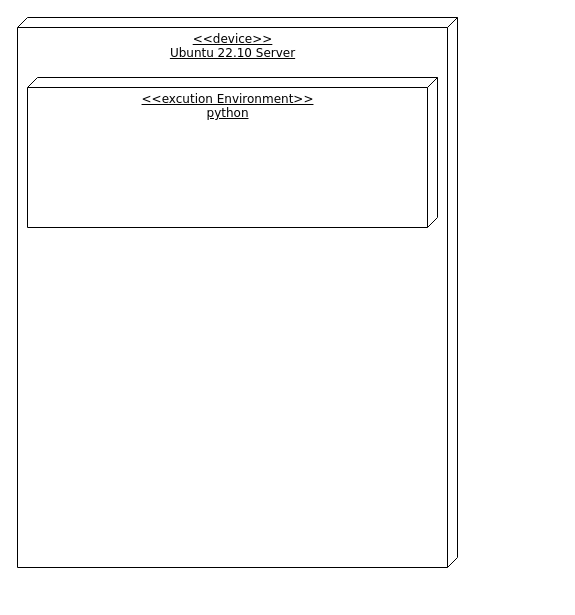
Earlier version of the draw.io diagram aa_deployment_diagram.drawio (ShineSoYoung/TEST). Source tidied: cells renumbered, new cells numbered last; positions are measured from the earlier drawing's top-left corner, leaving out a move shared by most shapes. Both pictures are drawn from the tidied source at 100%, with x=0, y=0 at pixel (17, 17).
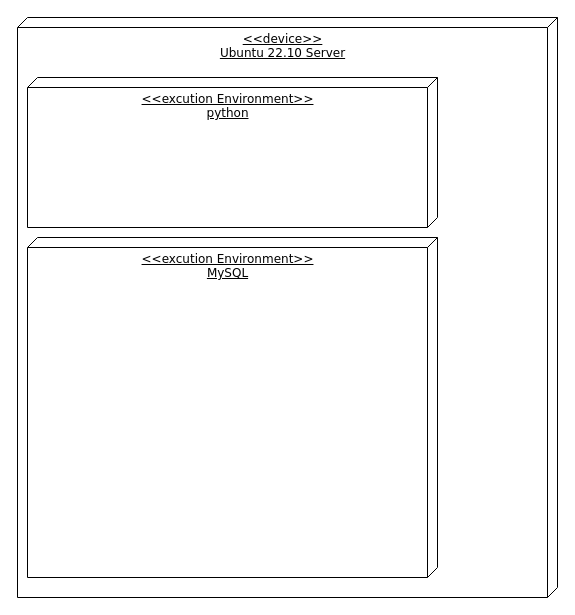
The same page after the edit.

The edit, as a diff of the source:
```diff
@@
 <mxGraphModel>
   <root>
     <mxCell id="0" />
     <mxCell id="1" parent="0" />
     <mxCell id="2" value="&amp;lt;&amp;lt;device&amp;gt;&amp;gt; &lt;br&gt;Ubuntu 22.10 Server" style="verticalAlign=top;align=center;spacingTop=8;spacingLeft=2;spacingRight=12;shape=cube;size=10;direction=south;fontStyle=4;html=1;rounded=0;shadow=0;comic=0;labelBackgroundColor=none;strokeWidth=1;fontFamily=Verdana;fontSize=12;" parent="1" vertex="1">
-      <mxGeometry width="440" height="550" as="geometry" />
+      <mxGeometry width="540" height="580" as="geometry" />
     </mxCell>
     <mxCell id="3" value="&amp;lt;&amp;lt;excution Environment&amp;gt;&amp;gt;&lt;br&gt;python" style="verticalAlign=top;align=center;spacingTop=8;spacingLeft=2;spacingRight=12;shape=cube;size=10;direction=south;fontStyle=4;html=1;rounded=0;shadow=0;comic=0;labelBackgroundColor=none;strokeWidth=1;fontFamily=Verdana;fontSize=12;" parent="1" vertex="1">
       <mxGeometry x="10" y="60" width="410" height="150" as="geometry" />
     </mxCell>
+    <mxCell id="4" value="&amp;lt;&amp;lt;excution Environment&amp;gt;&amp;gt;&lt;br&gt;MySQL" style="verticalAlign=top;align=center;spacingTop=8;spacingLeft=2;spacingRight=12;shape=cube;size=10;direction=south;fontStyle=4;html=1;rounded=0;shadow=0;comic=0;labelBackgroundColor=none;strokeWidth=1;fontFamily=Verdana;fontSize=12;" parent="1" vertex="1">
+      <mxGeometry x="10" y="220" width="410" height="340" as="geometry" />
+    </mxCell>
   </root>
 </mxGraphModel>
```
